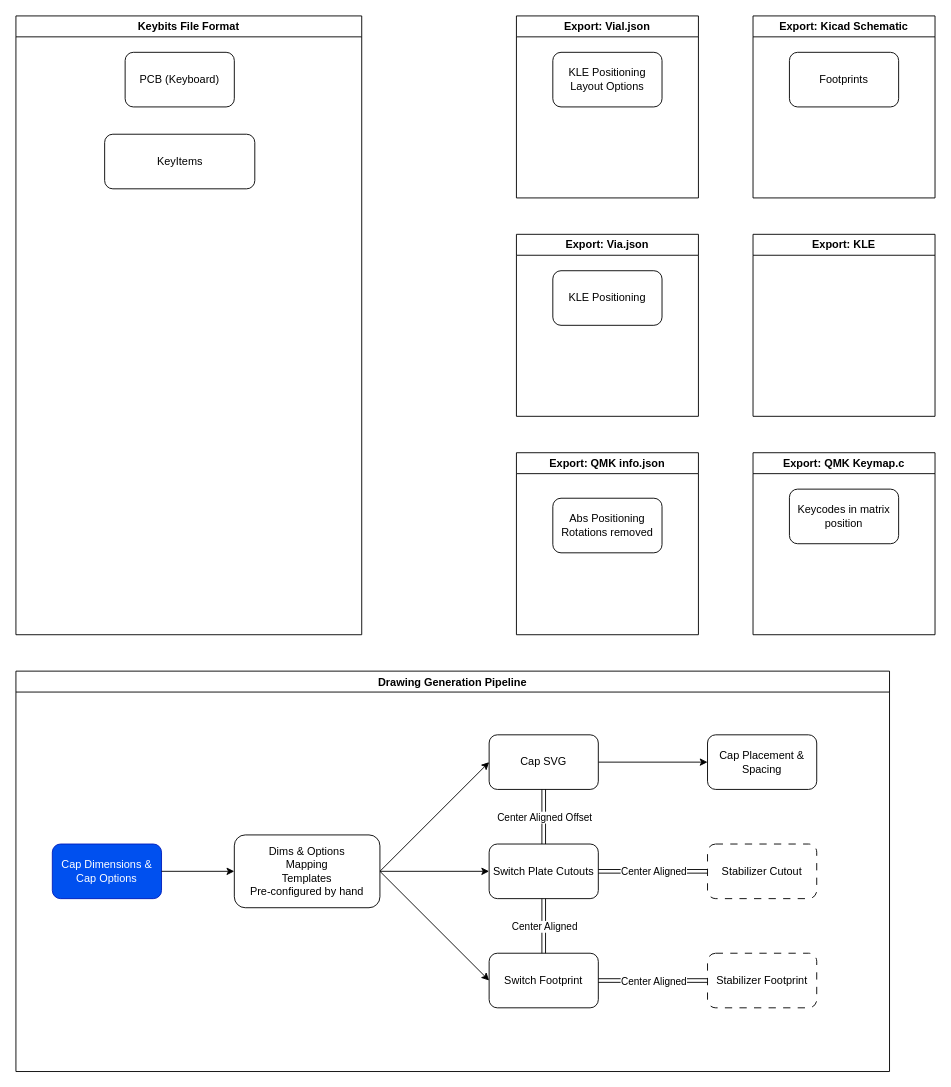
The draw.io diagram keybits.drawio in DamSenViet/keybits-js, before the edit. Source tidied: cells renumbered, new cells numbered last; positions are measured from the earlier drawing's top-left corner, leaving out a move shared by most shapes. Both pictures are drawn from the tidied source at 91%, with x=0, y=0 at pixel (15, 15).
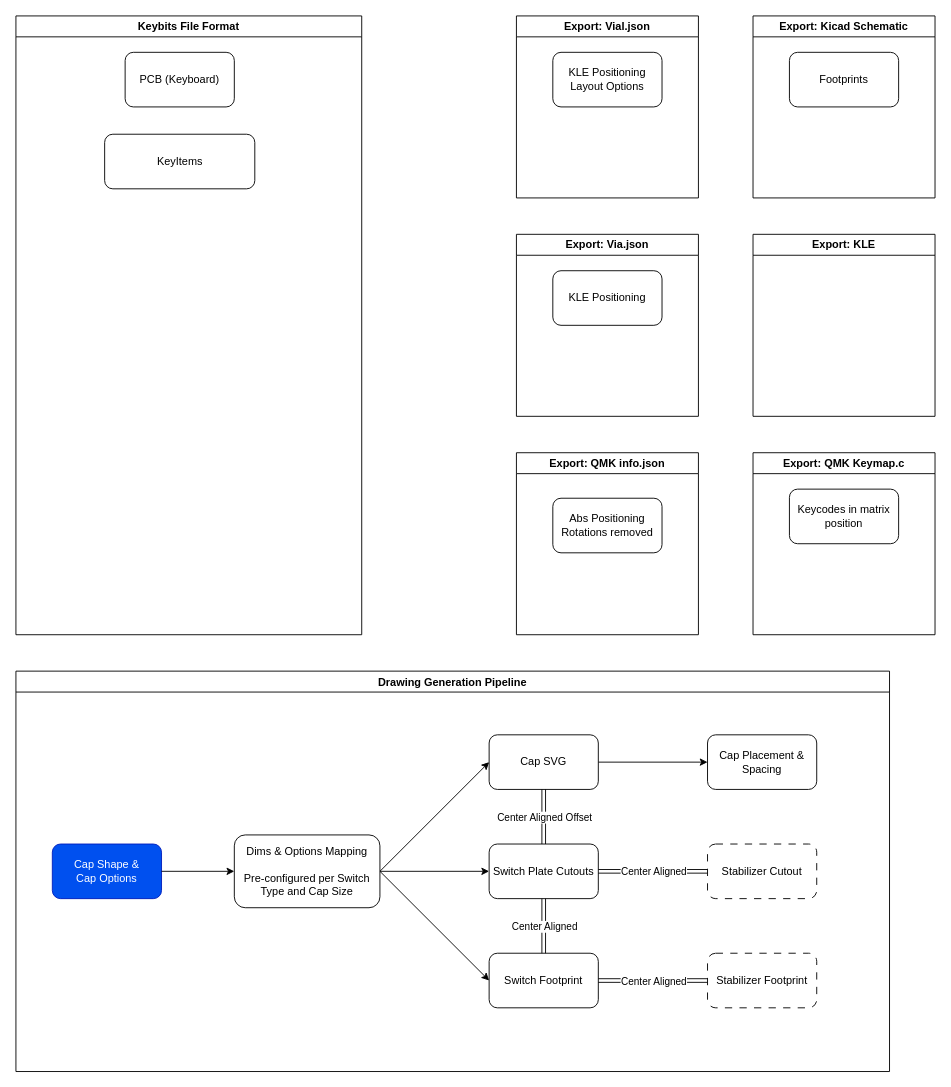
The same diagram, later.

Commit message (it also covers changes not shown here):
core: Key - re-added capShape prop

- added cap shape property back since the shape
  is needed for mapping

- updated drawio with cap shape in drawing
  generation pipeline

The change refers to these unchanged cells:
```xml
<mxCell id="16" value="Drawing Generation Pipeline" style="swimlane;" parent="1" vertex="1">
  <mxGeometry y="720" width="960" height="440" as="geometry" />
</mxCell>
```

What changed in the source:
```diff
@@
-    <mxCell id="18" value="Cap Dimensions &amp;amp;&lt;br&gt;Cap Options" style="rounded=1;whiteSpace=wrap;html=1;fillColor=#0050ef;fontColor=#ffffff;strokeColor=#001DBC;" parent="16" vertex="1">
+    <mxCell id="18" value="Cap Shape &amp;amp;&lt;br&gt;Cap Options" style="rounded=1;whiteSpace=wrap;html=1;fillColor=#0050ef;fontColor=#ffffff;strokeColor=#001DBC;" parent="16" vertex="1">
       <mxGeometry x="40" y="190" width="120" height="60" as="geometry" />
     </mxCell>
@@
-    <mxCell id="37" value="Dims &amp;amp; Options&lt;br&gt;Mapping&lt;br&gt;Templates&lt;br&gt;Pre-configured by hand" style="rounded=1;whiteSpace=wrap;html=1;" parent="16" vertex="1">
+    <mxCell id="37" value="Dims &amp;amp; Options Mapping&lt;br&gt;&lt;br&gt;Pre-configured per Switch Type and Cap Size" style="rounded=1;whiteSpace=wrap;html=1;" parent="16" vertex="1">
       <mxGeometry x="240" y="180" width="160" height="80" as="geometry" />
     </mxCell>
```
